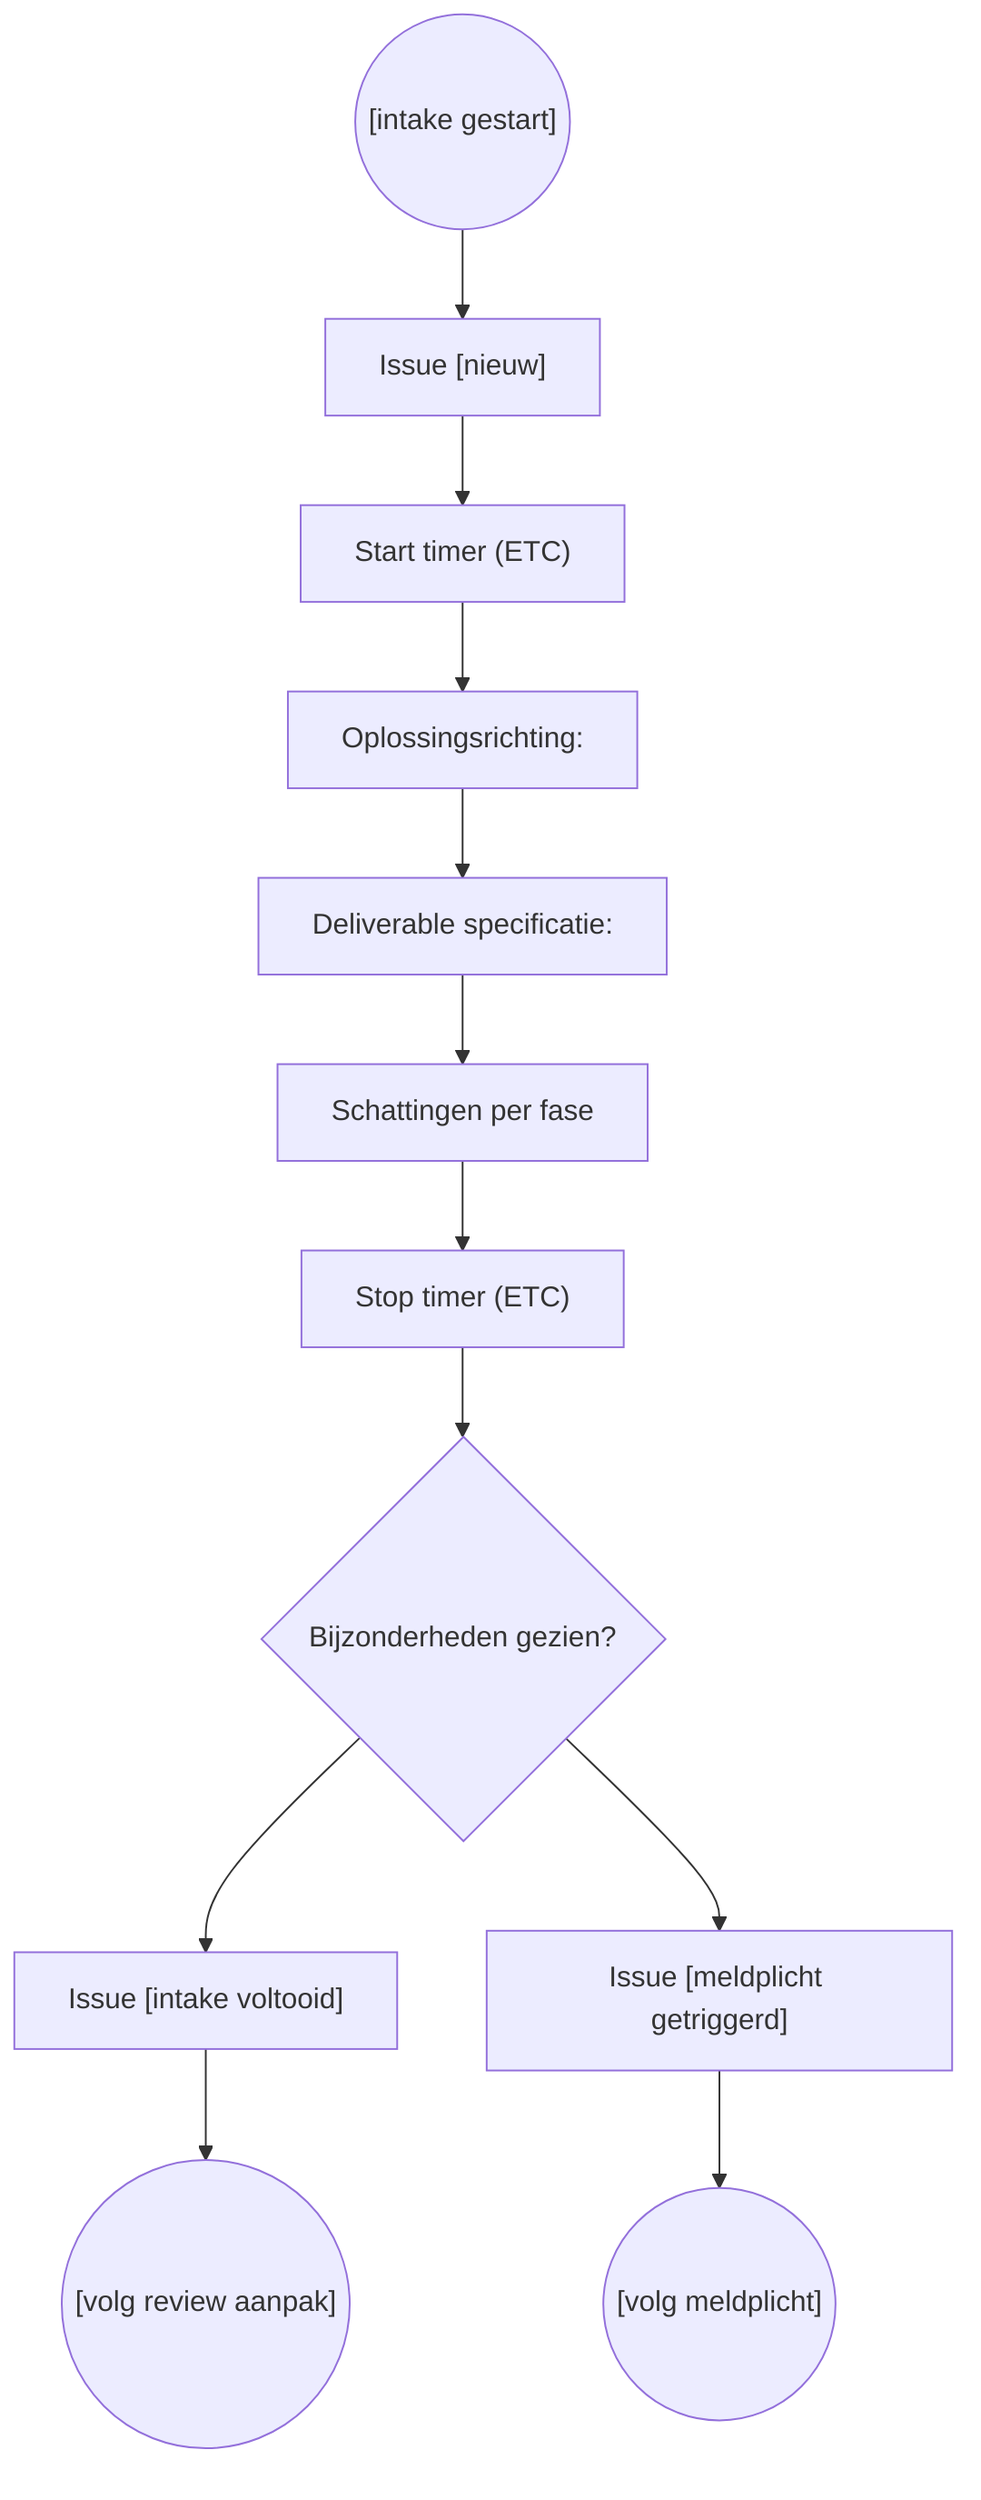
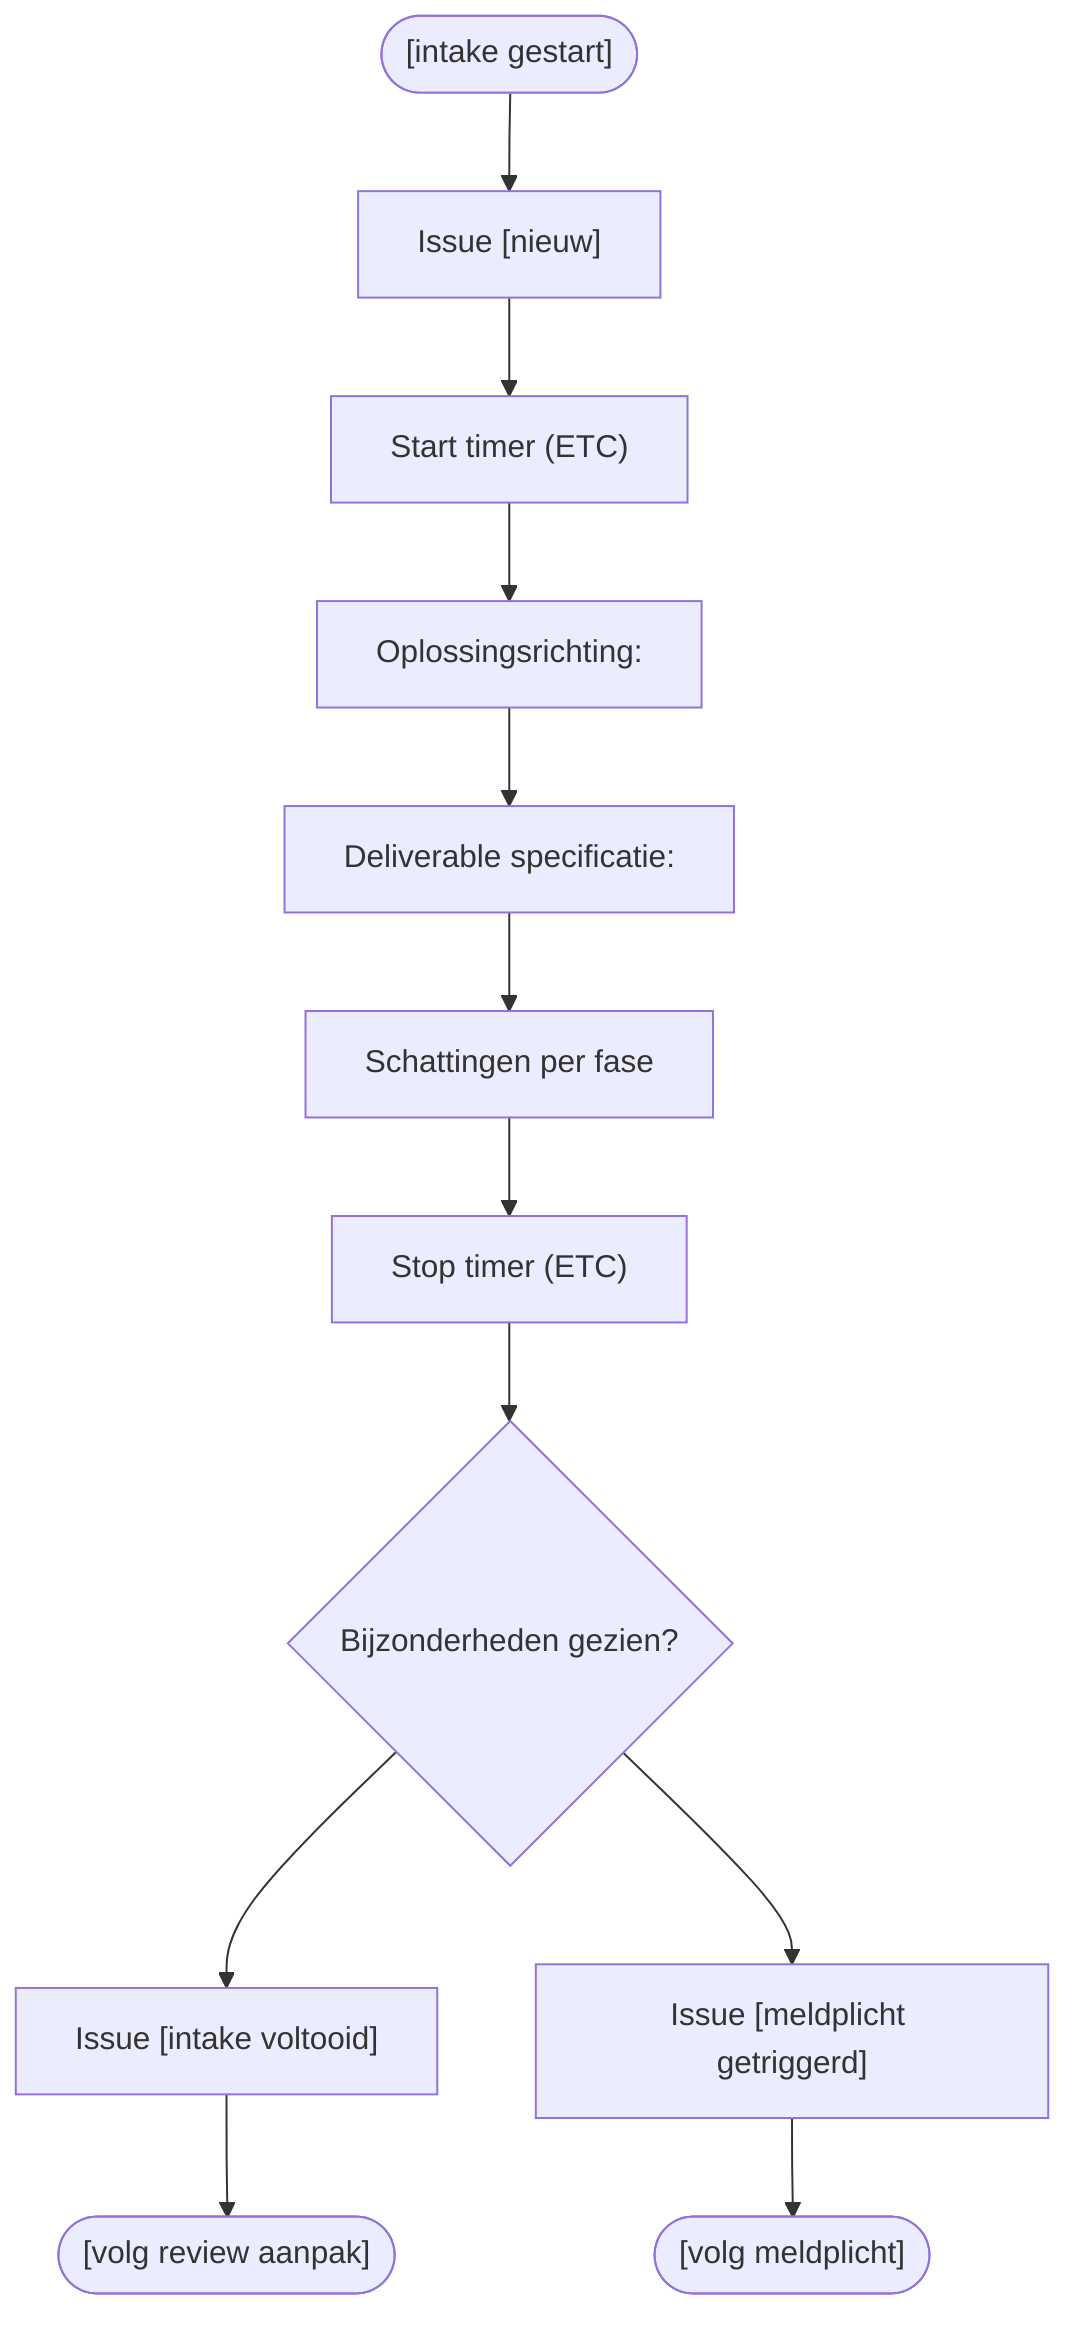
flowchart TD
-     bpmn_start_event(("[intake gestart]"))
+     bpmn_start_event(["[intake gestart]"])
    bpmn_task_nieuw["Issue [nieuw]"]
    bpmn_task_start_timer["Start timer (ETC)"]
    bpmn_task_oplossingsrichting["Oplossingsrichting:"]
    bpmn_task_deliverables["Deliverable specificatie:"]
    bpmn_task_planning["Schattingen per fase"]
    bpmn_task_stop_timer["Stop timer (ETC)"]
    bpmn_gateway_bijzonderheden{"Bijzonderheden gezien?"}
    bpmn_task_intake_voltooid["Issue [intake voltooid]"]
-     bpmn_end_aanpak(("[volg review aanpak]"))
+     bpmn_end_aanpak(["[volg review aanpak]"])
    bpmn_task_meldplicht_getriggerd["Issue [meldplicht getriggerd]"]
-     bpmn_end_meldplicht(("[volg meldplicht]"))
+     bpmn_end_meldplicht(["[volg meldplicht]"])
    bpmn_start_event --> bpmn_task_nieuw
    bpmn_task_nieuw --> bpmn_task_start_timer
    bpmn_task_start_timer --> bpmn_task_oplossingsrichting
    bpmn_task_oplossingsrichting --> bpmn_task_deliverables
    bpmn_task_deliverables --> bpmn_task_planning
    bpmn_task_planning --> bpmn_task_stop_timer
    bpmn_task_stop_timer --> bpmn_gateway_bijzonderheden
    bpmn_gateway_bijzonderheden --> bpmn_task_intake_voltooid
    bpmn_task_intake_voltooid --> bpmn_end_aanpak
    bpmn_gateway_bijzonderheden --> bpmn_task_meldplicht_getriggerd
    bpmn_task_meldplicht_getriggerd --> bpmn_end_meldplicht
